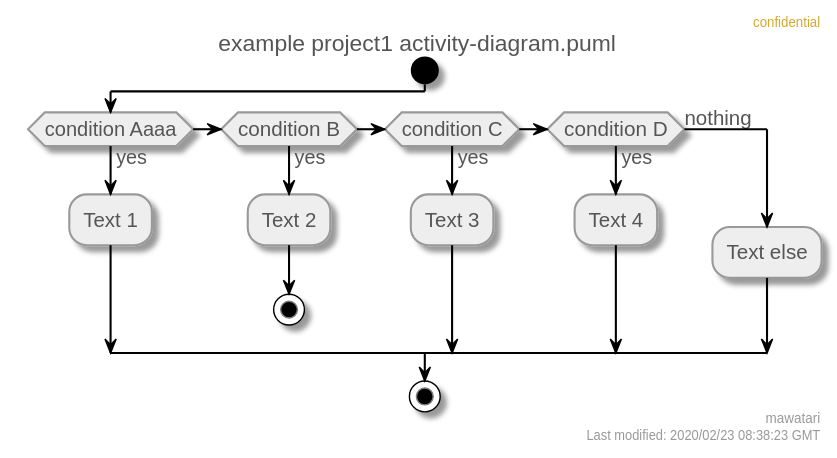
Before: activity-diagram.svg, a diagram exported from PlantUML (mawatari/example-project-uml).
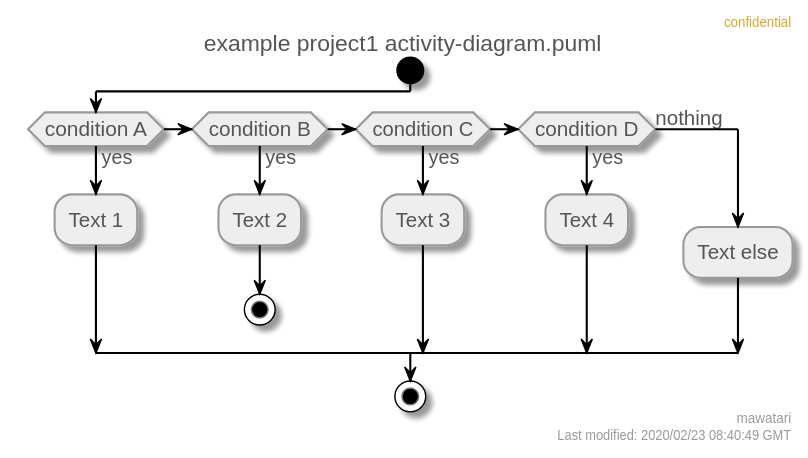
Above is the later version.

Commit message:
Automatically generated PlantUML images.

Diff of the diagram source:
```diff
@@ -43,11 +43,11 @@
   DiamondBorderColor #999999
 }
 right header confidential
-right footer mawatari\nLast modified: 2020/02/23 08:38:23 GMT
+right footer mawatari\nLast modified: 2020/02/23 08:40:49 GMT
 title example project1 activity-diagram.puml
 
 start
-if (condition Aaaa) then (yes)
+if (condition A) then (yes)
   :Text 1;
 elseif (condition B) then (yes)
   :Text 2;
```
